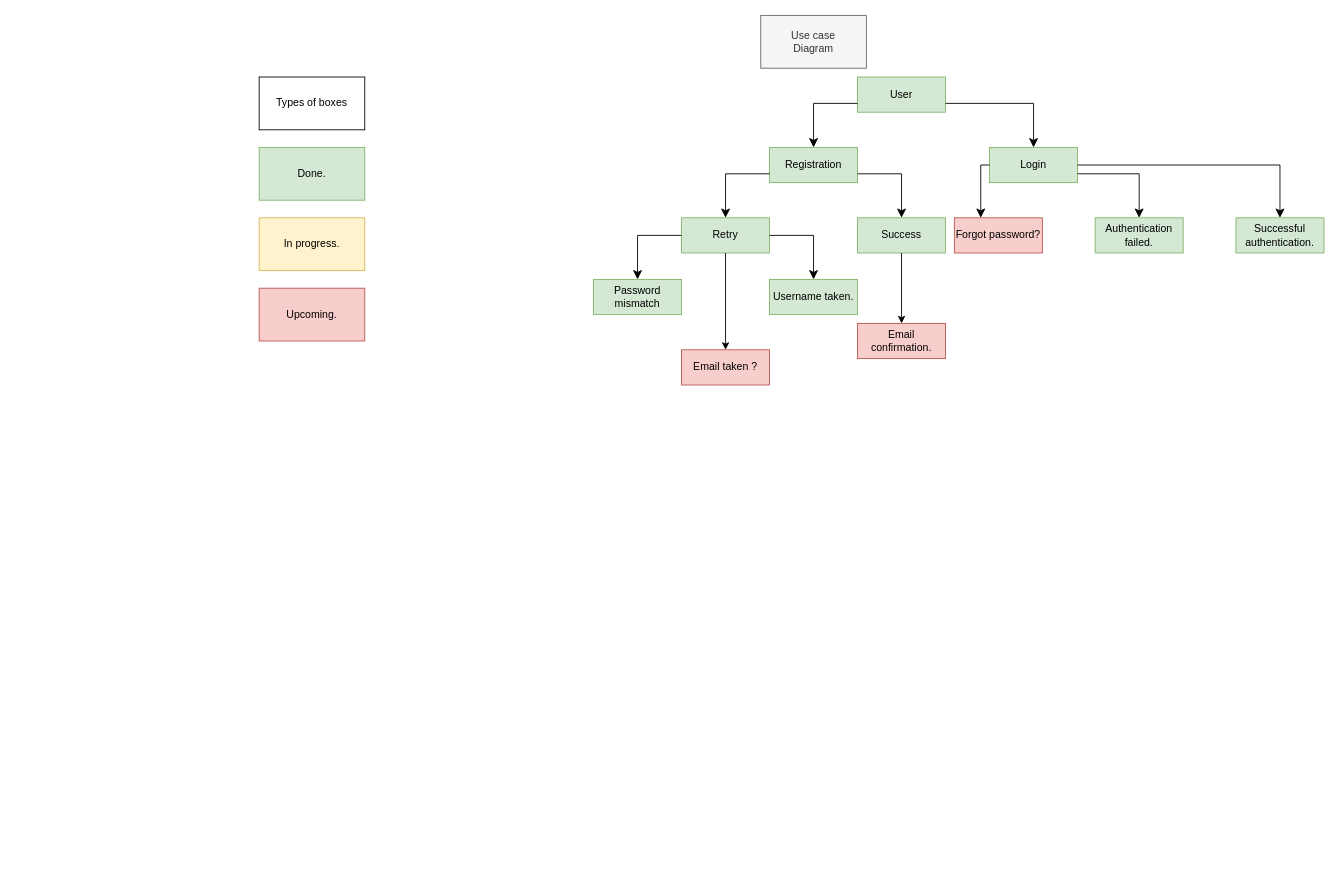
This is UseCase.drawio from WATER-Inc/UML, a draw.io file, before an edit. Source tidied: cells renumbered, new cells numbered last; positions are measured from the earlier drawing's top-left corner, leaving out a move shared by most shapes. Both pictures are drawn from the tidied source at 88%, with x=0, y=0 at pixel (259, 15).
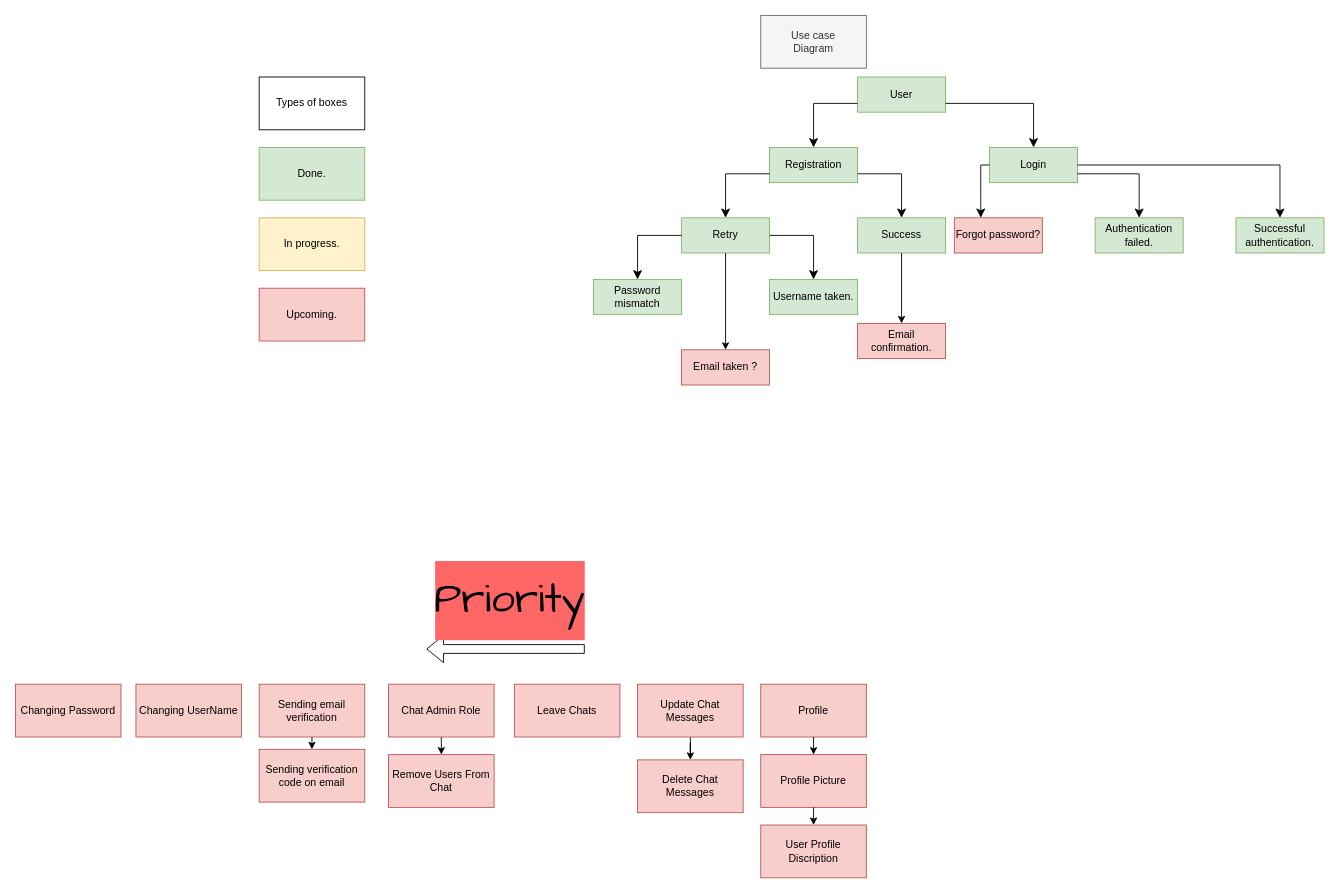
Above is the later version.

What changed in the source:
```diff
@@
+    <mxCell id="30" value="Changing Password" style="rounded=0;whiteSpace=wrap;html=1;fillColor=#f8cecc;strokeColor=#b85450;" parent="1" vertex="1">
+      <mxGeometry x="-277" y="760" width="120" height="60" as="geometry" />
+    </mxCell>
+    <mxCell id="31" value="Changing UserName" style="rounded=0;whiteSpace=wrap;html=1;fillColor=#f8cecc;strokeColor=#b85450;" parent="1" vertex="1">
+      <mxGeometry x="-140" y="760" width="120" height="60" as="geometry" />
+    </mxCell>
+    <mxCell id="32" value="Leave Chats" style="rounded=0;whiteSpace=wrap;html=1;fillColor=#f8cecc;strokeColor=#b85450;" parent="1" vertex="1">
+      <mxGeometry x="290" y="760" width="120" height="60" as="geometry" />
+    </mxCell>
+    <mxCell id="33" style="group;" parent="1" vertex="1">
+      <mxGeometry x="430" y="760" width="120" height="146" as="geometry" />
+    </mxCell>
+    <mxCell id="34" value="Delete Chat Messages" style="rounded=0;whiteSpace=wrap;html=1;fillColor=#f8cecc;strokeColor=#b85450;" parent="33" vertex="1">
+      <mxGeometry y="86" width="120" height="60" as="geometry" />
+    </mxCell>
+    <mxCell id="35" style="edgeStyle=orthogonalEdgeStyle;rounded=0;jettySize=auto;html=1;entryX=0.5;entryY=0;entryDx=0;entryDy=0;" parent="33" edge="1" source="36" target="34">
+      <mxGeometry relative="1" as="geometry" />
+    </mxCell>
+    <mxCell id="36" value="Update Chat Messages" style="rounded=0;whiteSpace=wrap;html=1;fillColor=#f8cecc;strokeColor=#b85450;" parent="33" vertex="1">
+      <mxGeometry width="120" height="60" as="geometry" />
+    </mxCell>
+    <mxCell id="37" style="group;" parent="1" vertex="1">
+      <mxGeometry x="147" y="760" width="120" height="140" as="geometry" />
+    </mxCell>
+    <mxCell id="38" value="Remove Users From Chat" style="rounded=0;whiteSpace=wrap;html=1;fillColor=#f8cecc;strokeColor=#b85450;" parent="37" vertex="1">
+      <mxGeometry y="80" width="120" height="60" as="geometry" />
+    </mxCell>
+    <mxCell id="39" style="edgeStyle=orthogonalEdgeStyle;rounded=0;jettySize=auto;html=1;exitX=0.5;exitY=1;exitDx=0;exitDy=0;entryX=0.5;entryY=0;entryDx=0;entryDy=0;" parent="37" edge="1" source="40" target="38">
+      <mxGeometry relative="1" as="geometry" />
+    </mxCell>
+    <mxCell id="40" value="Chat Admin Role" style="rounded=0;whiteSpace=wrap;html=1;fillColor=#f8cecc;strokeColor=#b85450;" parent="37" vertex="1">
+      <mxGeometry width="120" height="60" as="geometry" />
+    </mxCell>
+    <mxCell id="41" style="group;" parent="1" vertex="1">
+      <mxGeometry x="570" y="760" width="120" height="140" as="geometry" />
+    </mxCell>
+    <mxCell id="42" value="Profile" style="rounded=0;whiteSpace=wrap;html=1;fillColor=#f8cecc;strokeColor=#b85450;" parent="41" vertex="1">
+      <mxGeometry width="120" height="60" as="geometry" />
+    </mxCell>
+    <mxCell id="43" value="Profile Picture" style="rounded=0;whiteSpace=wrap;html=1;fillColor=#f8cecc;strokeColor=#b85450;" parent="41" vertex="1">
+      <mxGeometry y="80" width="120" height="60" as="geometry" />
+    </mxCell>
+    <mxCell id="44" style="edgeStyle=orthogonalEdgeStyle;rounded=0;jettySize=auto;html=1;exitX=0.5;exitY=1;exitDx=0;exitDy=0;entryX=0.5;entryY=0;entryDx=0;entryDy=0;" parent="41" edge="1" source="42" target="43">
+      <mxGeometry relative="1" as="geometry" />
+    </mxCell>
+    <mxCell id="45" style="group;" parent="1" vertex="1">
+      <mxGeometry y="760" width="120" height="134" as="geometry" />
+    </mxCell>
+    <mxCell id="46" value="Sending email verification" style="rounded=0;whiteSpace=wrap;html=1;fillColor=#f8cecc;strokeColor=#b85450;" parent="45" vertex="1">
+      <mxGeometry width="120" height="60" as="geometry" />
+    </mxCell>
+    <mxCell id="47" value="Sending verification code on email" style="rounded=0;whiteSpace=wrap;html=1;fillColor=#f8cecc;strokeColor=#b85450;" parent="45" vertex="1">
+      <mxGeometry y="74" width="120" height="60" as="geometry" />
+    </mxCell>
+    <mxCell id="48" style="edgeStyle=orthogonalEdgeStyle;rounded=0;jettySize=auto;html=1;exitX=0.5;exitY=1;exitDx=0;exitDy=0;entryX=0.5;entryY=0;entryDx=0;entryDy=0;" parent="45" edge="1" source="46" target="47">
+      <mxGeometry relative="1" as="geometry" />
+    </mxCell>
+    <mxCell id="49" value="User Profile Discription" style="rounded=0;whiteSpace=wrap;html=1;fillColor=#f8cecc;strokeColor=#b85450;" parent="1" vertex="1">
+      <mxGeometry x="570" y="920" width="120" height="60" as="geometry" />
+    </mxCell>
+    <mxCell id="50" style="edgeStyle=orthogonalEdgeStyle;rounded=0;jettySize=auto;html=1;exitX=0.5;exitY=1;exitDx=0;exitDy=0;entryX=0.5;entryY=0;entryDx=0;entryDy=0;" parent="1" edge="1" source="43" target="49">
+      <mxGeometry relative="1" as="geometry" />
+    </mxCell>
+    <mxCell id="51" style="shape=flexArrow;endArrow=classic;html=1;rounded=0;" parent="1" edge="1">
+      <mxGeometry relative="1" as="geometry">
+        <mxPoint x="370" y="720" as="sourcePoint" />
+        <mxPoint x="190" y="720" as="targetPoint" />
+      </mxGeometry>
+    </mxCell>
+    <mxCell id="52" value="&lt;font style=&quot;font-size: 48px;&quot; face=&quot;Comic Sans MS&quot;&gt;Priority&lt;/font&gt;" style="text;html=1;strokeColor=none;fillColor=#FF6666;align=center;verticalAlign=middle;whiteSpace=wrap;rounded=0;" parent="1" vertex="1">
+      <mxGeometry x="200" y="620" width="170" height="90" as="geometry" />
+    </mxCell>
```
